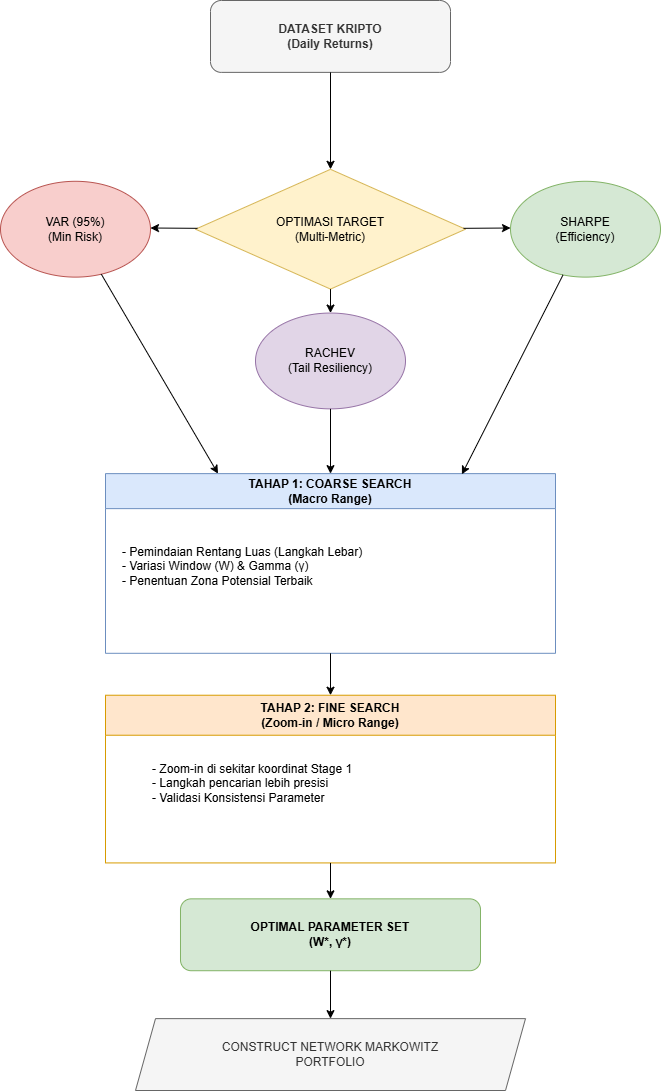
The draw.io diagram propose_method_gs.drawio.png in ragilrojo/RepoThesis, before a commit. Source tidied: cells renumbered, new cells last; positions are measured from the earlier drawing's top-left corner, leaving out a move shared by most shapes.
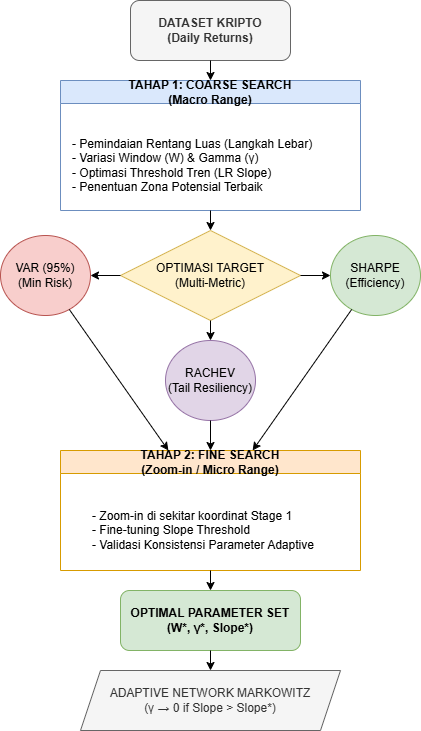
Above is the later version.

Commit message:
docs: update methodology diagram image

Diff of the diagram source:
```diff
@@ -2,70 +2,67 @@
   <root>
     <mxCell id="0" />
     <mxCell id="1" parent="0" />
-    <mxCell id="2" style="group;" parent="1" vertex="1">
-      <mxGeometry width="660" height="1090" as="geometry" />
-    </mxCell>
-    <mxCell id="3" value="DATASET KRIPTO&lt;br&gt;(Daily Returns)" style="rounded=1;whiteSpace=wrap;html=1;fillColor=#f5f5f5;fontColor=#333333;strokeColor=#666666;fontStyle=1;" parent="2" vertex="1">
-      <mxGeometry x="210" width="240" height="71.9" as="geometry" />
+    <mxCell id="3" value="DATASET KRIPTO&lt;br&gt;(Daily Returns)" style="rounded=1;whiteSpace=wrap;html=1;fillColor=#f5f5f5;fontColor=#333333;strokeColor=#666666;fontStyle=1;" parent="1" vertex="1">
+      <mxGeometry x="236" y="-20" width="160" height="60" as="geometry" />
     </mxCell>
-    <mxCell id="4" value="TAHAP 1: COARSE SEARCH&lt;br&gt;(Macro Range)" style="swimlane;whiteSpace=wrap;html=1;fillColor=#dae8fc;strokeColor=#6c8ebf;startSize=35;" parent="2" vertex="1">
-      <mxGeometry x="105" y="473.1" width="450" height="179.7" as="geometry" />
+    <mxCell id="4" value="TAHAP 1: COARSE SEARCH&lt;br&gt;(Macro Range)" style="swimlane;whiteSpace=wrap;html=1;fillColor=#dae8fc;strokeColor=#6c8ebf;" parent="1" vertex="1">
+      <mxGeometry x="166" y="60" width="300" height="130" as="geometry" />
     </mxCell>
-    <mxCell id="5" value="- Pemindaian Rentang Luas (Langkah Lebar)&lt;br&gt;- Variasi Window (W) &amp;amp; Gamma (γ)&lt;br&gt;- Penentuan Zona Potensial Terbaik" style="text;html=1;align=left;verticalAlign=middle;strokeColor=none;fillColor=none;" parent="4" vertex="1">
-      <mxGeometry x="15" y="47.9" width="280" height="90" as="geometry" />
+    <mxCell id="5" value="- Pemindaian Rentang Luas (Langkah Lebar)&lt;br&gt;- Variasi Window (W) &amp;amp; Gamma (γ)&lt;br&gt;- Optimasi Threshold Tren (LR Slope)&lt;br&gt;- Penentuan Zona Potensial Terbaik" style="text;html=1;align=left;verticalAlign=middle;strokeColor=none;fillColor=none;" parent="4" vertex="1">
+      <mxGeometry x="10" y="40" width="280" height="90" as="geometry" />
     </mxCell>
-    <mxCell id="6" value="OPTIMASI TARGET&lt;br&gt;(Multi-Metric)" style="rhombus;whiteSpace=wrap;html=1;fillColor=#fff2cc;strokeColor=#d6b656;" parent="2" vertex="1">
-      <mxGeometry x="195" y="168.8" width="270" height="119.8" as="geometry" />
+    <mxCell id="6" value="OPTIMASI TARGET&lt;br&gt;(Multi-Metric)" style="rhombus;whiteSpace=wrap;html=1;fillColor=#fff2cc;strokeColor=#d6b656;" parent="1" vertex="1">
+      <mxGeometry x="226" y="210" width="180" height="90" as="geometry" />
     </mxCell>
-    <mxCell id="7" value="VAR (95%)&lt;br&gt;(Min Risk)" style="ellipse;whiteSpace=wrap;html=1;fillColor=#f8cecc;strokeColor=#b85450;" parent="2" vertex="1">
-      <mxGeometry y="180.8" width="150" height="95.8" as="geometry" />
+    <mxCell id="7" value="VAR (95%)&lt;br&gt;(Min Risk)" style="ellipse;whiteSpace=wrap;html=1;fillColor=#f8cecc;strokeColor=#b85450;" parent="1" vertex="1">
+      <mxGeometry x="106" y="215" width="90" height="80" as="geometry" />
     </mxCell>
-    <mxCell id="8" value="SHARPE&lt;br&gt;(Efficiency)" style="ellipse;whiteSpace=wrap;html=1;fillColor=#d5e8d4;strokeColor=#82b366;" parent="2" vertex="1">
-      <mxGeometry x="510" y="180.8" width="150" height="95.8" as="geometry" />
+    <mxCell id="8" value="SHARPE&lt;br&gt;(Efficiency)" style="ellipse;whiteSpace=wrap;html=1;fillColor=#d5e8d4;strokeColor=#82b366;" parent="1" vertex="1">
+      <mxGeometry x="436" y="215" width="90" height="80" as="geometry" />
     </mxCell>
-    <mxCell id="9" value="RACHEV&lt;br&gt;(Tail Resiliency)" style="ellipse;whiteSpace=wrap;html=1;fillColor=#e1d5e7;strokeColor=#9673a6;" parent="2" vertex="1">
-      <mxGeometry x="255" y="312.5" width="150" height="95.8" as="geometry" />
+    <mxCell id="9" value="RACHEV&lt;br&gt;(Tail Resiliency)" style="ellipse;whiteSpace=wrap;html=1;fillColor=#e1d5e7;strokeColor=#9673a6;" parent="1" vertex="1">
+      <mxGeometry x="271" y="320" width="90" height="80" as="geometry" />
     </mxCell>
-    <mxCell id="10" value="TAHAP 2: FINE SEARCH&lt;br&gt;(Zoom-in / Micro Range)" style="swimlane;whiteSpace=wrap;html=1;fillColor=#ffe6cc;strokeColor=#d79b00;startSize=40;" parent="2" vertex="1">
-      <mxGeometry x="105" y="694.7" width="450" height="167.7" as="geometry" />
+    <mxCell id="10" value="TAHAP 2: FINE SEARCH&lt;br&gt;(Zoom-in / Micro Range)" style="swimlane;whiteSpace=wrap;html=1;fillColor=#ffe6cc;strokeColor=#d79b00;" parent="1" vertex="1">
+      <mxGeometry x="166" y="430" width="300" height="120" as="geometry" />
     </mxCell>
-    <mxCell id="11" value="- Zoom-in di sekitar koordinat Stage 1&lt;br&gt;- Langkah pencarian lebih presisi&lt;br&gt;- Validasi Konsistensi Parameter" style="text;html=1;align=left;verticalAlign=middle;strokeColor=none;fillColor=none;" parent="10" vertex="1">
-      <mxGeometry x="45" y="47.9" width="240" height="80" as="geometry" />
+    <mxCell id="11" value="- Zoom-in di sekitar koordinat Stage 1&lt;br&gt;- Fine-tuning Slope Threshold&lt;br&gt;- Validasi Konsistensi Parameter Adaptive" style="text;html=1;align=left;verticalAlign=middle;strokeColor=none;fillColor=none;" parent="10" vertex="1">
+      <mxGeometry x="30" y="40" width="240" height="80" as="geometry" />
     </mxCell>
-    <mxCell id="12" value="OPTIMAL PARAMETER SET&lt;br&gt;(W*, γ*)" style="rounded=1;whiteSpace=wrap;html=1;fillColor=#d5e8d4;strokeColor=#82b366;fontStyle=1;" parent="2" vertex="1">
-      <mxGeometry x="180" y="898.4" width="300" height="71.9" as="geometry" />
+    <mxCell id="12" value="OPTIMAL PARAMETER SET&lt;br&gt;(W*, γ*, Slope*)" style="rounded=1;whiteSpace=wrap;html=1;fillColor=#d5e8d4;strokeColor=#82b366;fontStyle=1;" parent="1" vertex="1">
+      <mxGeometry x="226" y="570" width="180" height="60" as="geometry" />
     </mxCell>
-    <mxCell id="13" value="CONSTRUCT NETWORK MARKOWITZ&lt;br&gt;PORTFOLIO" style="shape=parallelogram;perimeter=parallelogramPerimeter;whiteSpace=wrap;html=1;fixedSize=1;fillColor=#f5f5f5;fontColor=#333333;strokeColor=#666666;" parent="2" vertex="1">
-      <mxGeometry x="135" y="1018.1" width="390" height="71.9" as="geometry" />
+    <mxCell id="13" value="ADAPTIVE NETWORK MARKOWITZ&lt;br&gt;(γ → 0 if Slope &gt; Slope*)" style="shape=parallelogram;perimeter=parallelogramPerimeter;whiteSpace=wrap;html=1;fixedSize=1;fillColor=#f5f5f5;fontColor=#333333;strokeColor=#666666;" parent="1" vertex="1">
+      <mxGeometry x="186" y="650" width="260" height="60" as="geometry" />
     </mxCell>
-    <mxCell id="14" style="entryX=0.5;entryY=0;entryDx=0;entryDy=0;" parent="2" edge="1" source="3" target="6">
+    <mxCell id="14" parent="1" edge="1" source="3" target="4">
       <mxGeometry relative="1" as="geometry" />
     </mxCell>
-    <mxCell id="15" style="entryX=0.5;entryY=0;entryDx=0;entryDy=0;exitX=0.5;exitY=1;exitDx=0;exitDy=0;" parent="2" edge="1" source="4" target="10">
+    <mxCell id="15" parent="1" edge="1" source="4" target="6">
       <mxGeometry relative="1" as="geometry" />
     </mxCell>
-    <mxCell id="16" parent="2" edge="1" source="6" target="7">
+    <mxCell id="16" parent="1" edge="1" source="6" target="7">
       <mxGeometry relative="1" as="geometry" />
     </mxCell>
-    <mxCell id="17" parent="2" edge="1" source="6" target="8">
+    <mxCell id="17" parent="1" edge="1" source="6" target="8">
       <mxGeometry relative="1" as="geometry" />
     </mxCell>
-    <mxCell id="18" parent="2" edge="1" source="6" target="9">
+    <mxCell id="18" parent="1" edge="1" source="6" target="9">
       <mxGeometry relative="1" as="geometry" />
     </mxCell>
-    <mxCell id="19" style="entryX=0.25;entryY=0;entryDx=0;entryDy=0;" parent="2" edge="1" source="7" target="4">
+    <mxCell id="19" parent="1" edge="1" source="7" target="10">
       <mxGeometry relative="1" as="geometry" />
     </mxCell>
-    <mxCell id="20" style="entryX=0.792;entryY=0.004;entryDx=0;entryDy=0;entryPerimeter=0;" parent="2" edge="1" source="8" target="4">
+    <mxCell id="20" parent="1" edge="1" source="8" target="10">
       <mxGeometry relative="1" as="geometry" />
     </mxCell>
-    <mxCell id="21" style="entryX=0.5;entryY=0;entryDx=0;entryDy=0;" parent="2" edge="1" source="9" target="4">
+    <mxCell id="21" parent="1" edge="1" source="9" target="10">
       <mxGeometry relative="1" as="geometry" />
     </mxCell>
-    <mxCell id="22" parent="2" edge="1" source="10" target="12">
+    <mxCell id="22" parent="1" edge="1" source="10" target="12">
       <mxGeometry relative="1" as="geometry" />
     </mxCell>
-    <mxCell id="23" parent="2" edge="1" source="12" target="13">
+    <mxCell id="23" parent="1" edge="1" source="12" target="13">
       <mxGeometry relative="1" as="geometry" />
     </mxCell>
   </root>
```
